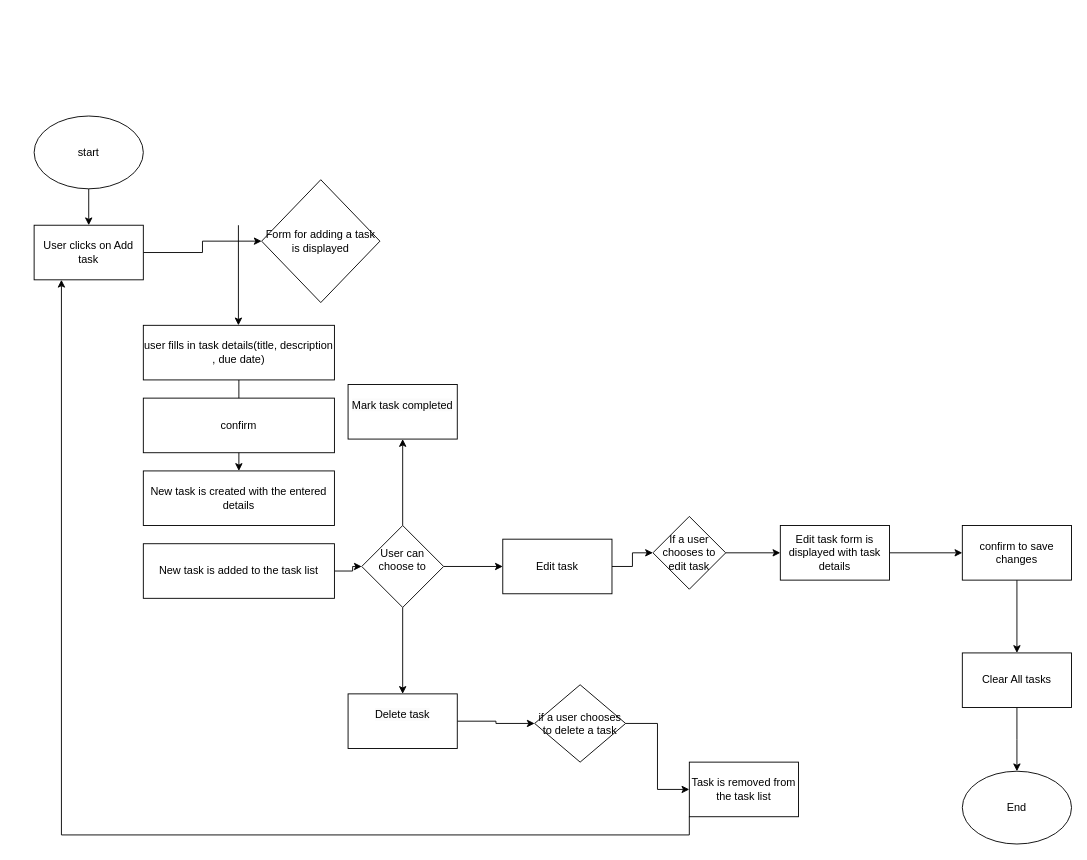
This is Untitled Diagram.drawio from Nyamvula1/alx_capstone_project, a draw.io file, before an edit. Source tidied: cells renumbered, new cells numbered last; positions are measured from the earlier drawing's top-left corner, leaving out a move shared by most shapes. Both pictures are drawn from the tidied source at 91%, with x=0, y=0 at pixel (34, 116).
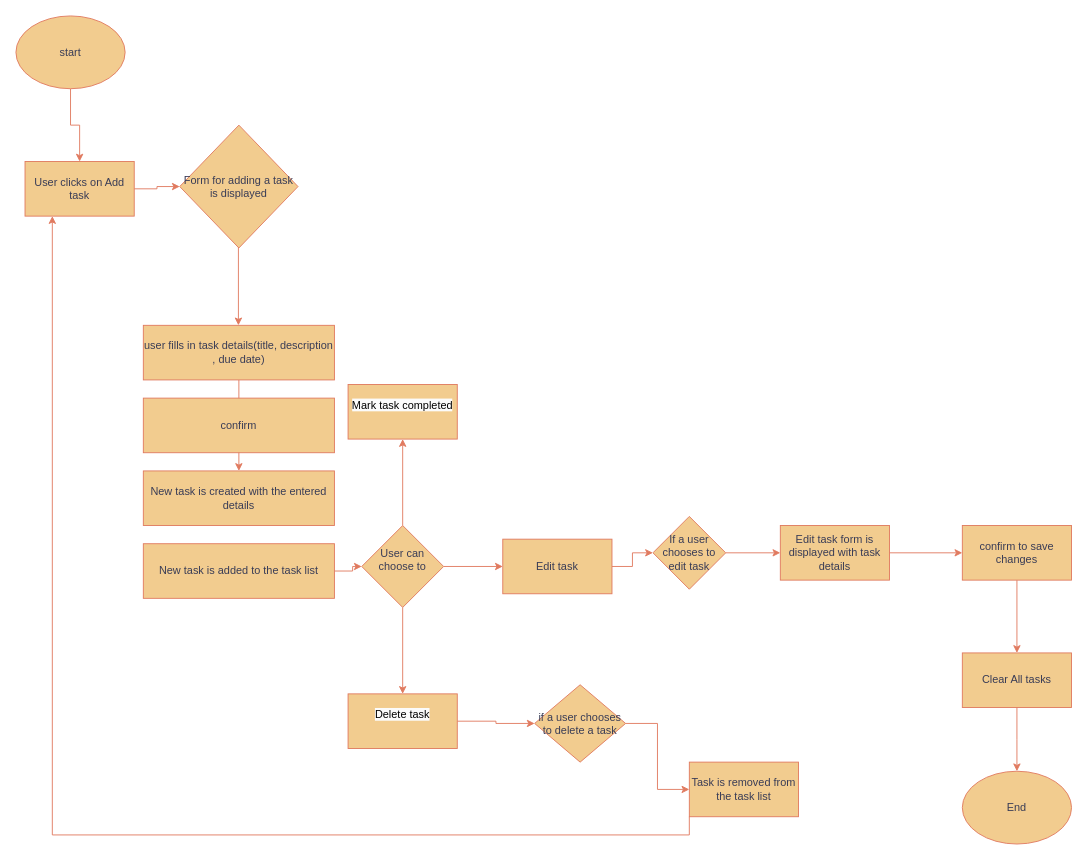
Above is the later version.

Diff of the diagram source:
```diff
@@
-    <mxCell id="2" style="edgeStyle=orthogonalEdgeStyle;rounded=0;jettySize=auto;html=1;" parent="1" edge="1" source="3" target="5">
+    <mxCell id="2" style="edgeStyle=orthogonalEdgeStyle;rounded=0;jettySize=auto;html=1;labelBackgroundColor=none;strokeColor=#E07A5F;fontColor=default;" parent="1" edge="1" source="3" target="5">
       <mxGeometry relative="1" as="geometry" />
     </mxCell>
-    <mxCell id="3" value="start" style="ellipse;whiteSpace=wrap;html=1;" parent="1" vertex="1">
-      <mxGeometry width="120" height="80" as="geometry" />
+    <mxCell id="3" value="start" style="ellipse;whiteSpace=wrap;html=1;labelBackgroundColor=none;fillColor=#F2CC8F;strokeColor=#E07A5F;fontColor=#393C56;" parent="1" vertex="1">
+      <mxGeometry x="-20" y="-110" width="120" height="80" as="geometry" />
     </mxCell>
-    <mxCell id="4" style="edgeStyle=orthogonalEdgeStyle;rounded=0;jettySize=auto;html=1;" parent="1" edge="1" source="5" target="10">
+    <mxCell id="4" style="edgeStyle=orthogonalEdgeStyle;rounded=0;jettySize=auto;html=1;labelBackgroundColor=none;strokeColor=#E07A5F;fontColor=default;" parent="1" edge="1" source="5" target="10">
       <mxGeometry relative="1" as="geometry" />
     </mxCell>
-    <mxCell id="5" value="User clicks on Add task" style="rounded=0;whiteSpace=wrap;html=1;" parent="1" vertex="1">
-      <mxGeometry y="120" width="120" height="60" as="geometry" />
+    <mxCell id="5" value="User clicks on Add task" style="rounded=0;whiteSpace=wrap;html=1;labelBackgroundColor=none;fillColor=#F2CC8F;strokeColor=#E07A5F;fontColor=#393C56;" parent="1" vertex="1">
+      <mxGeometry x="-10" y="50" width="120" height="60" as="geometry" />
     </mxCell>
-    <mxCell id="6" style="edgeStyle=orthogonalEdgeStyle;rounded=0;jettySize=auto;html=1;" parent="1" edge="1" source="7" target="11">
+    <mxCell id="6" style="edgeStyle=orthogonalEdgeStyle;rounded=0;jettySize=auto;html=1;labelBackgroundColor=none;strokeColor=#E07A5F;fontColor=default;" parent="1" edge="1" source="7" target="11">
       <mxGeometry relative="1" as="geometry" />
     </mxCell>
-    <mxCell id="7" value="user fills in task details(title, description , due date)" style="rounded=0;whiteSpace=wrap;html=1;" parent="1" vertex="1">
+    <mxCell id="7" value="user fills in task details(title, description , due date)" style="rounded=0;whiteSpace=wrap;html=1;labelBackgroundColor=none;fillColor=#F2CC8F;strokeColor=#E07A5F;fontColor=#393C56;" parent="1" vertex="1">
       <mxGeometry x="120" y="230" width="210" height="60" as="geometry" />
     </mxCell>
-    <mxCell id="8" value="confirm" style="rounded=0;whiteSpace=wrap;html=1;" parent="1" vertex="1">
+    <mxCell id="8" value="confirm" style="rounded=0;whiteSpace=wrap;html=1;labelBackgroundColor=none;fillColor=#F2CC8F;strokeColor=#E07A5F;fontColor=#393C56;" parent="1" vertex="1">
       <mxGeometry x="120" y="310" width="210" height="60" as="geometry" />
     </mxCell>
-    <mxCell id="9" style="edgeStyle=orthogonalEdgeStyle;rounded=0;orthogonalLoop=1;jettySize=auto;html=1;" parent="1" edge="1">
+    <mxCell id="9" style="edgeStyle=orthogonalEdgeStyle;rounded=0;orthogonalLoop=1;jettySize=auto;html=1;labelBackgroundColor=none;strokeColor=#E07A5F;fontColor=default;" parent="1" edge="1">
       <mxGeometry relative="1" as="geometry">
         <mxPoint x="224.5" y="120" as="sourcePoint" />
         <mxPoint x="224.5" y="230" as="targetPoint" />
       </mxGeometry>
     </mxCell>
-    <mxCell id="10" value="Form for adding a task is displayed" style="rhombus;whiteSpace=wrap;html=1;" parent="1" vertex="1">
-      <mxGeometry x="250" y="70" width="130" height="135" as="geometry" />
+    <mxCell id="10" value="Form for adding a task is displayed" style="rhombus;whiteSpace=wrap;html=1;labelBackgroundColor=none;fillColor=#F2CC8F;strokeColor=#E07A5F;fontColor=#393C56;" parent="1" vertex="1">
+      <mxGeometry x="160" y="10" width="130" height="135" as="geometry" />
     </mxCell>
-    <mxCell id="11" value="New task is created with the entered details" style="rounded=0;whiteSpace=wrap;html=1;" parent="1" vertex="1">
+    <mxCell id="11" value="New task is created with the entered details" style="rounded=0;whiteSpace=wrap;html=1;labelBackgroundColor=none;fillColor=#F2CC8F;strokeColor=#E07A5F;fontColor=#393C56;" parent="1" vertex="1">
       <mxGeometry x="120" y="390" width="210" height="60" as="geometry" />
     </mxCell>
-    <mxCell id="12" style="edgeStyle=orthogonalEdgeStyle;rounded=0;jettySize=auto;html=1;" parent="1" edge="1" source="13" target="17">
+    <mxCell id="12" style="edgeStyle=orthogonalEdgeStyle;rounded=0;jettySize=auto;html=1;labelBackgroundColor=none;strokeColor=#E07A5F;fontColor=default;" parent="1" edge="1" source="13" target="17">
       <mxGeometry relative="1" as="geometry" />
     </mxCell>
-    <mxCell id="13" value="New task is added to the task list" style="rounded=0;whiteSpace=wrap;html=1;" parent="1" vertex="1">
+    <mxCell id="13" value="New task is added to the task list" style="rounded=0;whiteSpace=wrap;html=1;labelBackgroundColor=none;fillColor=#F2CC8F;strokeColor=#E07A5F;fontColor=#393C56;" parent="1" vertex="1">
       <mxGeometry x="120" y="470" width="210" height="60" as="geometry" />
     </mxCell>
-    <mxCell id="14" style="edgeStyle=orthogonalEdgeStyle;rounded=0;jettySize=auto;html=1;" parent="1" edge="1" source="17" target="24">
+    <mxCell id="14" style="edgeStyle=orthogonalEdgeStyle;rounded=0;jettySize=auto;html=1;labelBackgroundColor=none;strokeColor=#E07A5F;fontColor=default;" parent="1" edge="1" source="17" target="24">
       <mxGeometry relative="1" as="geometry" />
     </mxCell>
-    <mxCell id="15" style="edgeStyle=orthogonalEdgeStyle;rounded=0;jettySize=auto;html=1;" parent="1" edge="1" source="17" target="26">
+    <mxCell id="15" style="edgeStyle=orthogonalEdgeStyle;rounded=0;jettySize=auto;html=1;labelBackgroundColor=none;strokeColor=#E07A5F;fontColor=default;" parent="1" edge="1" source="17" target="26">
       <mxGeometry relative="1" as="geometry" />
     </mxCell>
-    <mxCell id="16" style="edgeStyle=orthogonalEdgeStyle;rounded=0;jettySize=auto;html=1;" parent="1" edge="1" source="17" target="28">
+    <mxCell id="16" style="edgeStyle=orthogonalEdgeStyle;rounded=0;jettySize=auto;html=1;labelBackgroundColor=none;strokeColor=#E07A5F;fontColor=default;" parent="1" edge="1" source="17" target="28">
       <mxGeometry relative="1" as="geometry" />
     </mxCell>
-    <mxCell id="17" value="&#10;User can choose to&#10;&#10;" style="rhombus;whiteSpace=wrap;html=1;" parent="1" vertex="1">
+    <mxCell id="17" value="&#10;User can choose to&#10;&#10;" style="rhombus;whiteSpace=wrap;html=1;labelBackgroundColor=none;fillColor=#F2CC8F;strokeColor=#E07A5F;fontColor=#393C56;" parent="1" vertex="1">
       <mxGeometry x="360" y="450" width="90" height="90" as="geometry" />
     </mxCell>
-    <mxCell id="18" style="edgeStyle=orthogonalEdgeStyle;rounded=0;jettySize=auto;html=1;" parent="1" edge="1" source="19" target="21">
+    <mxCell id="18" style="edgeStyle=orthogonalEdgeStyle;rounded=0;jettySize=auto;html=1;labelBackgroundColor=none;strokeColor=#E07A5F;fontColor=default;" parent="1" edge="1" source="19" target="21">
       <mxGeometry relative="1" as="geometry" />
     </mxCell>
-    <mxCell id="19" value="If a user chooses to edit task" style="rhombus;whiteSpace=wrap;html=1;" parent="1" vertex="1">
+    <mxCell id="19" value="If a user chooses to edit task" style="rhombus;whiteSpace=wrap;html=1;labelBackgroundColor=none;fillColor=#F2CC8F;strokeColor=#E07A5F;fontColor=#393C56;" parent="1" vertex="1">
       <mxGeometry x="680" y="440" width="80" height="80" as="geometry" />
     </mxCell>
-    <mxCell id="20" style="edgeStyle=orthogonalEdgeStyle;rounded=0;jettySize=auto;html=1;" parent="1" edge="1" source="21" target="23">
+    <mxCell id="20" style="edgeStyle=orthogonalEdgeStyle;rounded=0;jettySize=auto;html=1;labelBackgroundColor=none;strokeColor=#E07A5F;fontColor=default;" parent="1" edge="1" source="21" target="23">
       <mxGeometry relative="1" as="geometry" />
     </mxCell>
-    <mxCell id="21" value="Edit task form is displayed with task details" style="whiteSpace=wrap;html=1;" parent="1" vertex="1">
+    <mxCell id="21" value="Edit task form is displayed with task details" style="whiteSpace=wrap;html=1;labelBackgroundColor=none;fillColor=#F2CC8F;strokeColor=#E07A5F;fontColor=#393C56;" parent="1" vertex="1">
       <mxGeometry x="820" y="450" width="120" height="60" as="geometry" />
     </mxCell>
-    <mxCell id="22" style="edgeStyle=orthogonalEdgeStyle;rounded=0;jettySize=auto;html=1;" parent="1" edge="1" source="23" target="34">
+    <mxCell id="22" style="edgeStyle=orthogonalEdgeStyle;rounded=0;jettySize=auto;html=1;labelBackgroundColor=none;strokeColor=#E07A5F;fontColor=default;" parent="1" edge="1" source="23" target="34">
       <mxGeometry relative="1" as="geometry" />
     </mxCell>
-    <mxCell id="23" value="confirm to save changes" style="whiteSpace=wrap;html=1;" parent="1" vertex="1">
+    <mxCell id="23" value="confirm to save changes" style="whiteSpace=wrap;html=1;labelBackgroundColor=none;fillColor=#F2CC8F;strokeColor=#E07A5F;fontColor=#393C56;" parent="1" vertex="1">
       <mxGeometry x="1020" y="450" width="120" height="60" as="geometry" />
     </mxCell>
-    <mxCell id="24" value="&#10;&lt;span style=&quot;color: rgb(0, 0, 0); font-family: Helvetica; font-size: 12px; font-style: normal; font-variant-ligatures: normal; font-variant-caps: normal; font-weight: 400; letter-spacing: normal; orphans: 2; text-align: center; text-indent: 0px; text-transform: none; widows: 2; word-spacing: 0px; -webkit-text-stroke-width: 0px; white-space: normal; background-color: rgb(251, 251, 251); text-decoration-thickness: initial; text-decoration-style: initial; text-decoration-color: initial; display: inline !important; float: none;&quot;&gt;Mark task completed&lt;/span&gt;&#10;&#10;" style="whiteSpace=wrap;html=1;" parent="1" vertex="1">
+    <mxCell id="24" value="&#10;&lt;span style=&quot;color: rgb(0, 0, 0); font-family: Helvetica; font-size: 12px; font-style: normal; font-variant-ligatures: normal; font-variant-caps: normal; font-weight: 400; letter-spacing: normal; orphans: 2; text-align: center; text-indent: 0px; text-transform: none; widows: 2; word-spacing: 0px; -webkit-text-stroke-width: 0px; white-space: normal; background-color: rgb(251, 251, 251); text-decoration-thickness: initial; text-decoration-style: initial; text-decoration-color: initial; display: inline !important; float: none;&quot;&gt;Mark task completed&lt;/span&gt;&#10;&#10;" style="whiteSpace=wrap;html=1;labelBackgroundColor=none;fillColor=#F2CC8F;strokeColor=#E07A5F;fontColor=#393C56;" parent="1" vertex="1">
       <mxGeometry x="345" y="295" width="120" height="60" as="geometry" />
     </mxCell>
-    <mxCell id="25" style="edgeStyle=orthogonalEdgeStyle;rounded=0;jettySize=auto;html=1;" parent="1" edge="1" source="26" target="30">
+    <mxCell id="25" style="edgeStyle=orthogonalEdgeStyle;rounded=0;jettySize=auto;html=1;labelBackgroundColor=none;strokeColor=#E07A5F;fontColor=default;" parent="1" edge="1" source="26" target="30">
       <mxGeometry relative="1" as="geometry" />
     </mxCell>
-    <mxCell id="26" value="&#10;&lt;span style=&quot;color: rgb(0, 0, 0); font-family: Helvetica; font-size: 12px; font-style: normal; font-variant-ligatures: normal; font-variant-caps: normal; font-weight: 400; letter-spacing: normal; orphans: 2; text-align: center; text-indent: 0px; text-transform: none; widows: 2; word-spacing: 0px; -webkit-text-stroke-width: 0px; white-space: normal; background-color: rgb(251, 251, 251); text-decoration-thickness: initial; text-decoration-style: initial; text-decoration-color: initial; display: inline !important; float: none;&quot;&gt;Delete task&lt;/span&gt;&#10;&#10;" style="whiteSpace=wrap;html=1;" parent="1" vertex="1">
+    <mxCell id="26" value="&#10;&lt;span style=&quot;color: rgb(0, 0, 0); font-family: Helvetica; font-size: 12px; font-style: normal; font-variant-ligatures: normal; font-variant-caps: normal; font-weight: 400; letter-spacing: normal; orphans: 2; text-align: center; text-indent: 0px; text-transform: none; widows: 2; word-spacing: 0px; -webkit-text-stroke-width: 0px; white-space: normal; background-color: rgb(251, 251, 251); text-decoration-thickness: initial; text-decoration-style: initial; text-decoration-color: initial; display: inline !important; float: none;&quot;&gt;Delete task&lt;/span&gt;&#10;&#10;" style="whiteSpace=wrap;html=1;labelBackgroundColor=none;fillColor=#F2CC8F;strokeColor=#E07A5F;fontColor=#393C56;" parent="1" vertex="1">
       <mxGeometry x="345" y="635" width="120" height="60" as="geometry" />
     </mxCell>
-    <mxCell id="27" style="edgeStyle=orthogonalEdgeStyle;rounded=0;jettySize=auto;html=1;" parent="1" edge="1" source="28" target="19">
+    <mxCell id="27" style="edgeStyle=orthogonalEdgeStyle;rounded=0;jettySize=auto;html=1;labelBackgroundColor=none;strokeColor=#E07A5F;fontColor=default;" parent="1" edge="1" source="28" target="19">
       <mxGeometry relative="1" as="geometry" />
     </mxCell>
-    <mxCell id="28" value="Edit task" style="whiteSpace=wrap;html=1;" parent="1" vertex="1">
+    <mxCell id="28" value="Edit task" style="whiteSpace=wrap;html=1;labelBackgroundColor=none;fillColor=#F2CC8F;strokeColor=#E07A5F;fontColor=#393C56;" parent="1" vertex="1">
       <mxGeometry x="515" y="465" width="120" height="60" as="geometry" />
     </mxCell>
-    <mxCell id="29" style="edgeStyle=orthogonalEdgeStyle;rounded=0;jettySize=auto;html=1;" parent="1" edge="1" source="30" target="32">
+    <mxCell id="29" style="edgeStyle=orthogonalEdgeStyle;rounded=0;jettySize=auto;html=1;labelBackgroundColor=none;strokeColor=#E07A5F;fontColor=default;" parent="1" edge="1" source="30" target="32">
       <mxGeometry relative="1" as="geometry" />
     </mxCell>
-    <mxCell id="30" value="if a user chooses to delete a task" style="rhombus;whiteSpace=wrap;html=1;" parent="1" vertex="1">
+    <mxCell id="30" value="if a user chooses to delete a task" style="rhombus;whiteSpace=wrap;html=1;labelBackgroundColor=none;fillColor=#F2CC8F;strokeColor=#E07A5F;fontColor=#393C56;" parent="1" vertex="1">
       <mxGeometry x="550" y="625" width="100" height="85" as="geometry" />
     </mxCell>
-    <mxCell id="31" style="edgeStyle=orthogonalEdgeStyle;rounded=0;jettySize=auto;html=1;entryX=0.25;entryY=1;entryDx=0;entryDy=0;exitX=0;exitY=1;exitDx=0;exitDy=0;" parent="1" edge="1" source="32" target="5">
+    <mxCell id="31" style="edgeStyle=orthogonalEdgeStyle;rounded=0;jettySize=auto;html=1;entryX=0.25;entryY=1;entryDx=0;entryDy=0;exitX=0;exitY=1;exitDx=0;exitDy=0;labelBackgroundColor=none;strokeColor=#E07A5F;fontColor=default;" parent="1" edge="1" source="32" target="5">
       <mxGeometry relative="1" as="geometry" />
     </mxCell>
-    <mxCell id="32" value="Task is removed from the task list" style="whiteSpace=wrap;html=1;" parent="1" vertex="1">
+    <mxCell id="32" value="Task is removed from the task list" style="whiteSpace=wrap;html=1;labelBackgroundColor=none;fillColor=#F2CC8F;strokeColor=#E07A5F;fontColor=#393C56;" parent="1" vertex="1">
       <mxGeometry x="720" y="710" width="120" height="60" as="geometry" />
     </mxCell>
-    <mxCell id="33" style="edgeStyle=orthogonalEdgeStyle;rounded=0;jettySize=auto;html=1;" parent="1" edge="1" source="34">
+    <mxCell id="33" style="edgeStyle=orthogonalEdgeStyle;rounded=0;jettySize=auto;html=1;labelBackgroundColor=none;strokeColor=#E07A5F;fontColor=default;" parent="1" edge="1" source="34">
       <mxGeometry relative="1" as="geometry">
         <mxPoint x="1080" y="720" as="targetPoint" />
       </mxGeometry>
     </mxCell>
-    <mxCell id="34" value="Clear All tasks" style="whiteSpace=wrap;html=1;" parent="1" vertex="1">
+    <mxCell id="34" value="Clear All tasks" style="whiteSpace=wrap;html=1;labelBackgroundColor=none;fillColor=#F2CC8F;strokeColor=#E07A5F;fontColor=#393C56;" parent="1" vertex="1">
       <mxGeometry x="1020" y="590" width="120" height="60" as="geometry" />
     </mxCell>
-    <mxCell id="35" value="End" style="ellipse;whiteSpace=wrap;html=1;" parent="1" vertex="1">
+    <mxCell id="35" value="End" style="ellipse;whiteSpace=wrap;html=1;labelBackgroundColor=none;fillColor=#F2CC8F;strokeColor=#E07A5F;fontColor=#393C56;" parent="1" vertex="1">
       <mxGeometry x="1020" y="720" width="120" height="80" as="geometry" />
     </mxCell>
```
